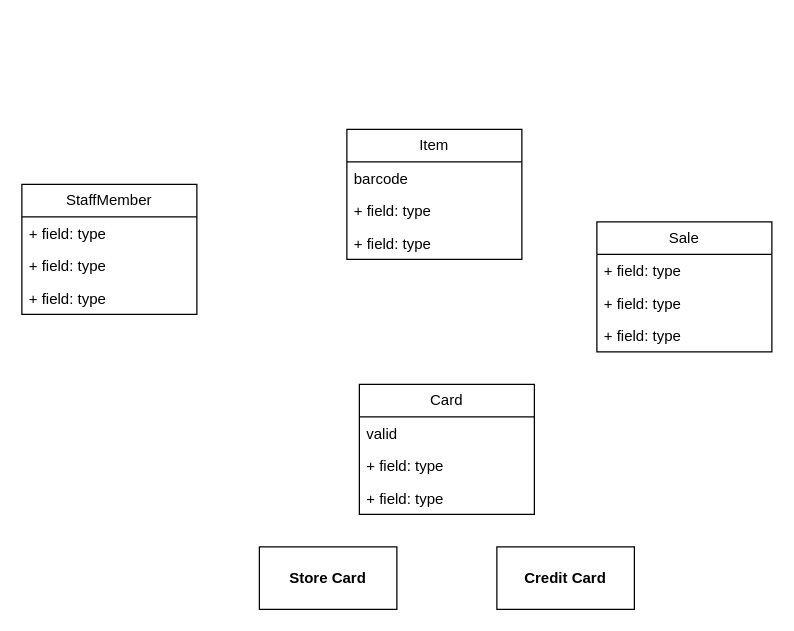
The draw.io diagram workshop5-week6.drawio in antonykimuom/SWEN30006-2025-SM1-workshop1-tuew05-14-00-team-12, before the edit. Source tidied: cells renumbered, new cells numbered last; positions are measured from the earlier drawing's top-left corner, leaving out a move shared by most shapes. Both pictures are drawn from the tidied source at 125%, with x=0, y=0 at pixel (21, 129).
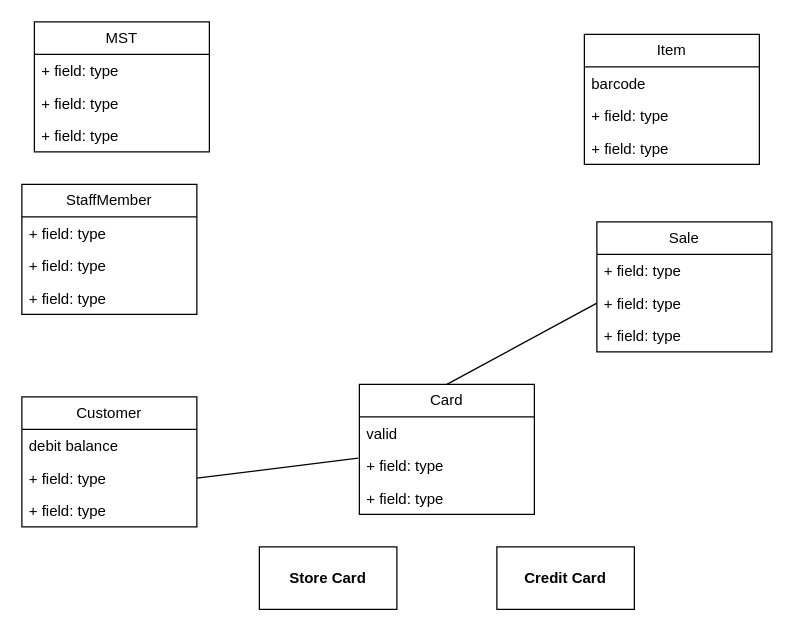
The same diagram, later.

Unchanged cells that the change refers to:
```xml
<mxCell id="12" value="+ field: type" style="text;strokeColor=none;fillColor=none;align=left;verticalAlign=top;spacingLeft=4;spacingRight=4;overflow=hidden;points=[[0,0.5],[1,0.5]];portConstraint=eastwest;whiteSpace=wrap;html=1;" parent="10" vertex="1">
  <mxGeometry y="52" width="140" height="26" as="geometry" />
</mxCell>
<mxCell id="14" value="Card" style="swimlane;fontStyle=0;horizontal=1;startSize=26;fillColor=none;whiteSpace=wrap;html=1;" parent="1" vertex="1">
  <mxGeometry x="270" y="204" width="140" height="104" as="geometry" />
</mxCell>
<mxCell id="15" value="valid" style="text;strokeColor=none;fillColor=none;align=left;verticalAlign=top;spacingLeft=4;spacingRight=4;overflow=hidden;points=[[0,0.5],[1,0.5]];portConstraint=eastwest;whiteSpace=wrap;html=1;" parent="14" vertex="1">
  <mxGeometry y="26" width="140" height="26" as="geometry" />
</mxCell>
```

Diff of the diagram source:
```diff
@@
     <mxCell id="2" value="Item" style="swimlane;fontStyle=0;horizontal=1;startSize=26;fillColor=none;whiteSpace=wrap;html=1;" parent="1" vertex="1">
-      <mxGeometry x="260" width="140" height="104" as="geometry" />
+      <mxGeometry x="450" y="-76" width="140" height="104" as="geometry" />
     </mxCell>
@@
+    <mxCell id="20" value="Customer" style="swimlane;fontStyle=0;horizontal=1;startSize=26;fillColor=none;whiteSpace=wrap;html=1;" parent="1" vertex="1">
+      <mxGeometry y="214" width="140" height="104" as="geometry" />
+    </mxCell>
+    <mxCell id="21" value="debit balance" style="text;strokeColor=none;fillColor=none;align=left;verticalAlign=top;spacingLeft=4;spacingRight=4;overflow=hidden;whiteSpace=wrap;html=1;" parent="20" vertex="1">
+      <mxGeometry y="26" width="140" height="26" as="geometry" />
+    </mxCell>
+    <mxCell id="22" value="+ field: type" style="text;strokeColor=none;fillColor=none;align=left;verticalAlign=top;spacingLeft=4;spacingRight=4;overflow=hidden;points=[[0,0.5],[1,0.5]];portConstraint=eastwest;whiteSpace=wrap;html=1;" parent="20" vertex="1">
+      <mxGeometry y="52" width="140" height="26" as="geometry" />
+    </mxCell>
+    <mxCell id="23" value="+ field: type" style="text;strokeColor=none;fillColor=none;align=left;verticalAlign=top;spacingLeft=4;spacingRight=4;overflow=hidden;whiteSpace=wrap;html=1;" parent="20" vertex="1">
+      <mxGeometry y="78" width="140" height="26" as="geometry" />
+    </mxCell>
+    <mxCell id="24" value="MST" style="swimlane;fontStyle=0;horizontal=1;startSize=26;fillColor=none;whiteSpace=wrap;html=1;" parent="1" vertex="1">
+      <mxGeometry x="10" y="-86" width="140" height="104" as="geometry" />
+    </mxCell>
+    <mxCell id="25" value="+ field: type" style="text;strokeColor=none;fillColor=none;align=left;verticalAlign=top;spacingLeft=4;spacingRight=4;overflow=hidden;whiteSpace=wrap;html=1;" parent="24" vertex="1">
+      <mxGeometry y="26" width="140" height="26" as="geometry" />
+    </mxCell>
+    <mxCell id="26" value="+ field: type" style="text;strokeColor=none;fillColor=none;align=left;verticalAlign=top;spacingLeft=4;spacingRight=4;overflow=hidden;whiteSpace=wrap;html=1;" parent="24" vertex="1">
+      <mxGeometry y="52" width="140" height="26" as="geometry" />
+    </mxCell>
+    <mxCell id="27" value="+ field: type" style="text;strokeColor=none;fillColor=none;align=left;verticalAlign=top;spacingLeft=4;spacingRight=4;overflow=hidden;whiteSpace=wrap;html=1;" parent="24" vertex="1">
+      <mxGeometry y="78" width="140" height="26" as="geometry" />
+    </mxCell>
+    <mxCell id="28" style="endArrow=none;html=1;rounded=0;exitX=0.5;exitY=0;exitDx=0;exitDy=0;entryX=0;entryY=0.5;entryDx=0;entryDy=0;" parent="1" edge="1" source="14" target="12">
+      <mxGeometry relative="1" as="geometry" />
+    </mxCell>
+    <mxCell id="29" style="endArrow=none;html=1;rounded=0;exitX=1;exitY=0.5;exitDx=0;exitDy=0;entryX=-0.007;entryY=1.269;entryDx=0;entryDy=0;entryPerimeter=0;" parent="1" edge="1" source="22" target="15">
+      <mxGeometry relative="1" as="geometry" />
+    </mxCell>
```
